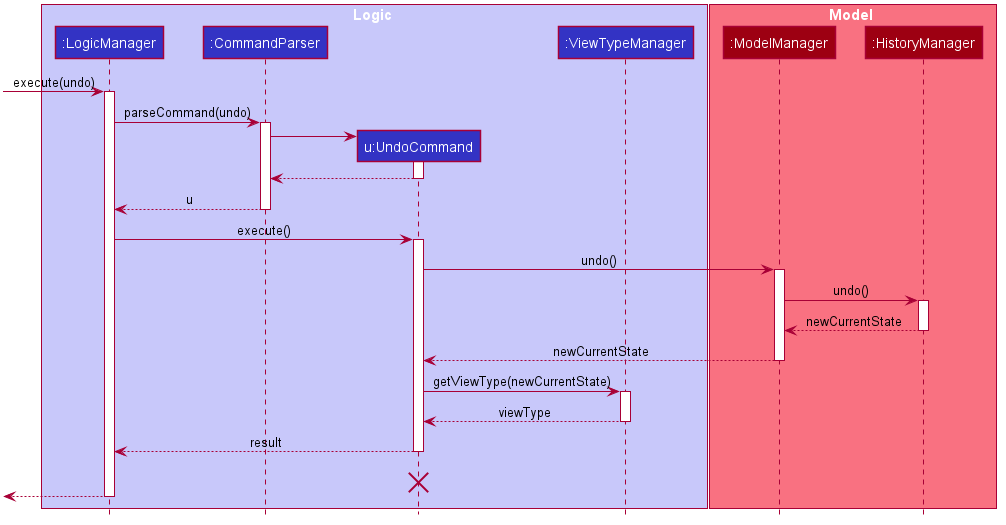
Earlier version of the PlantUML export docs/images/UndoSequenceDiagram.png (pennhanlee/tp).
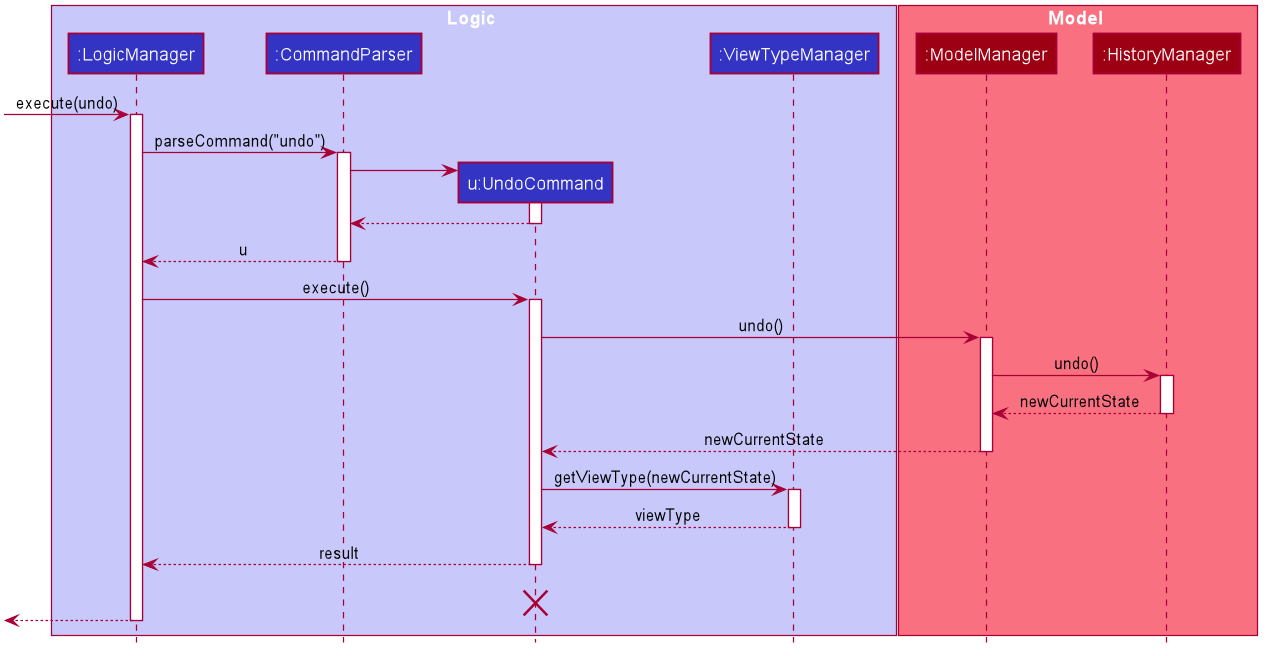
Above is the later version.

Change to the diagram source:
```diff
@@ -63,7 +63,7 @@
 [-> LogicManager : execute(undo)
 activate LogicManager
 
-LogicManager -> CommandParser : parseCommand(undo)
+LogicManager -> CommandParser : parseCommand("undo")
 activate CommandParser
 
 create UndoCommand
```
